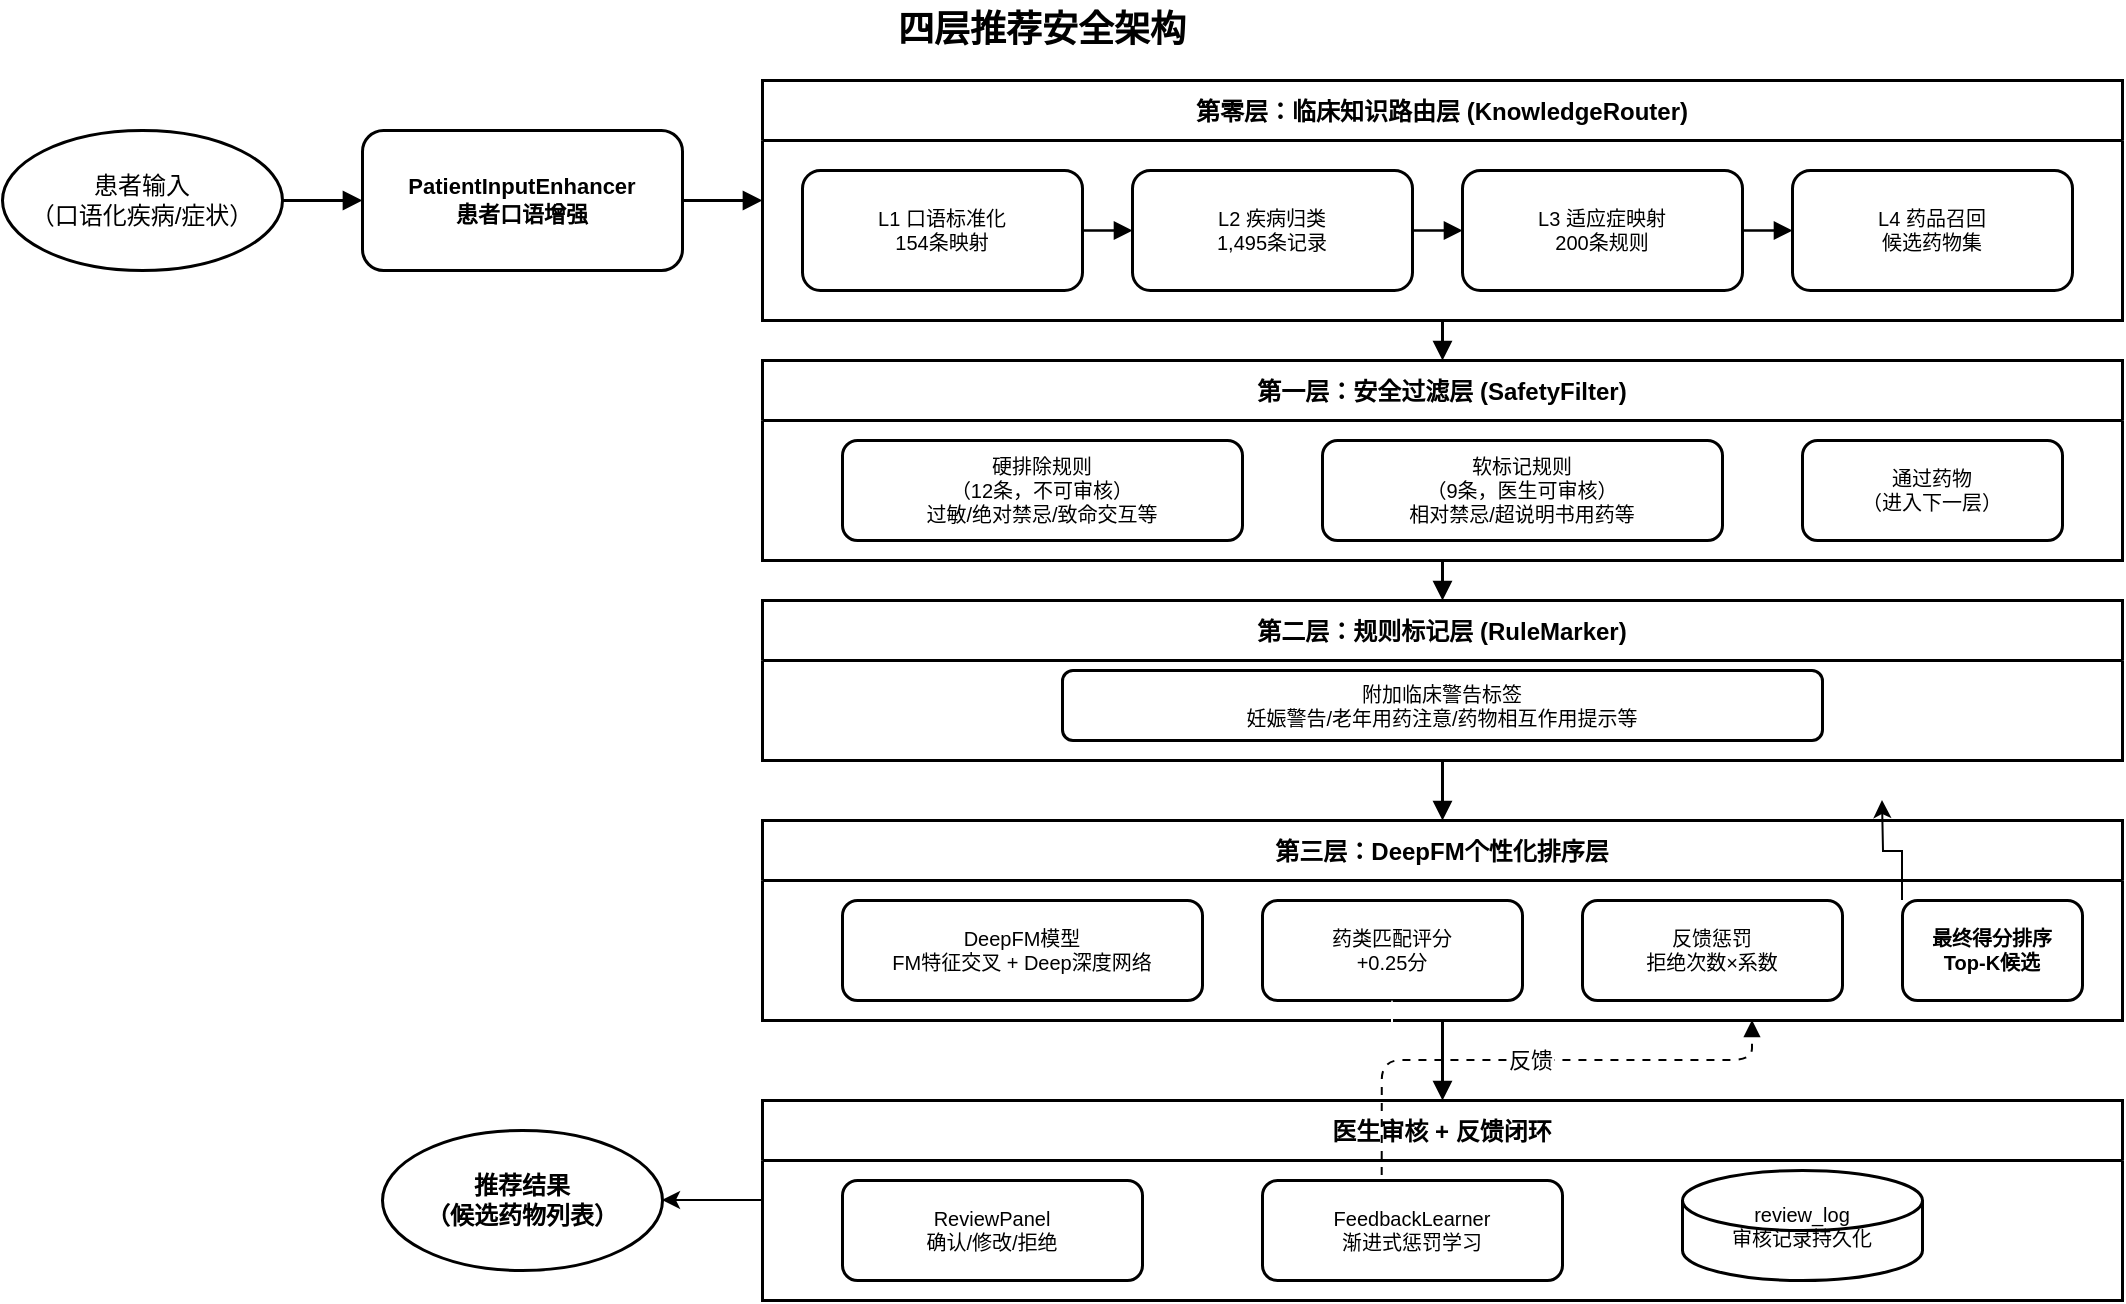
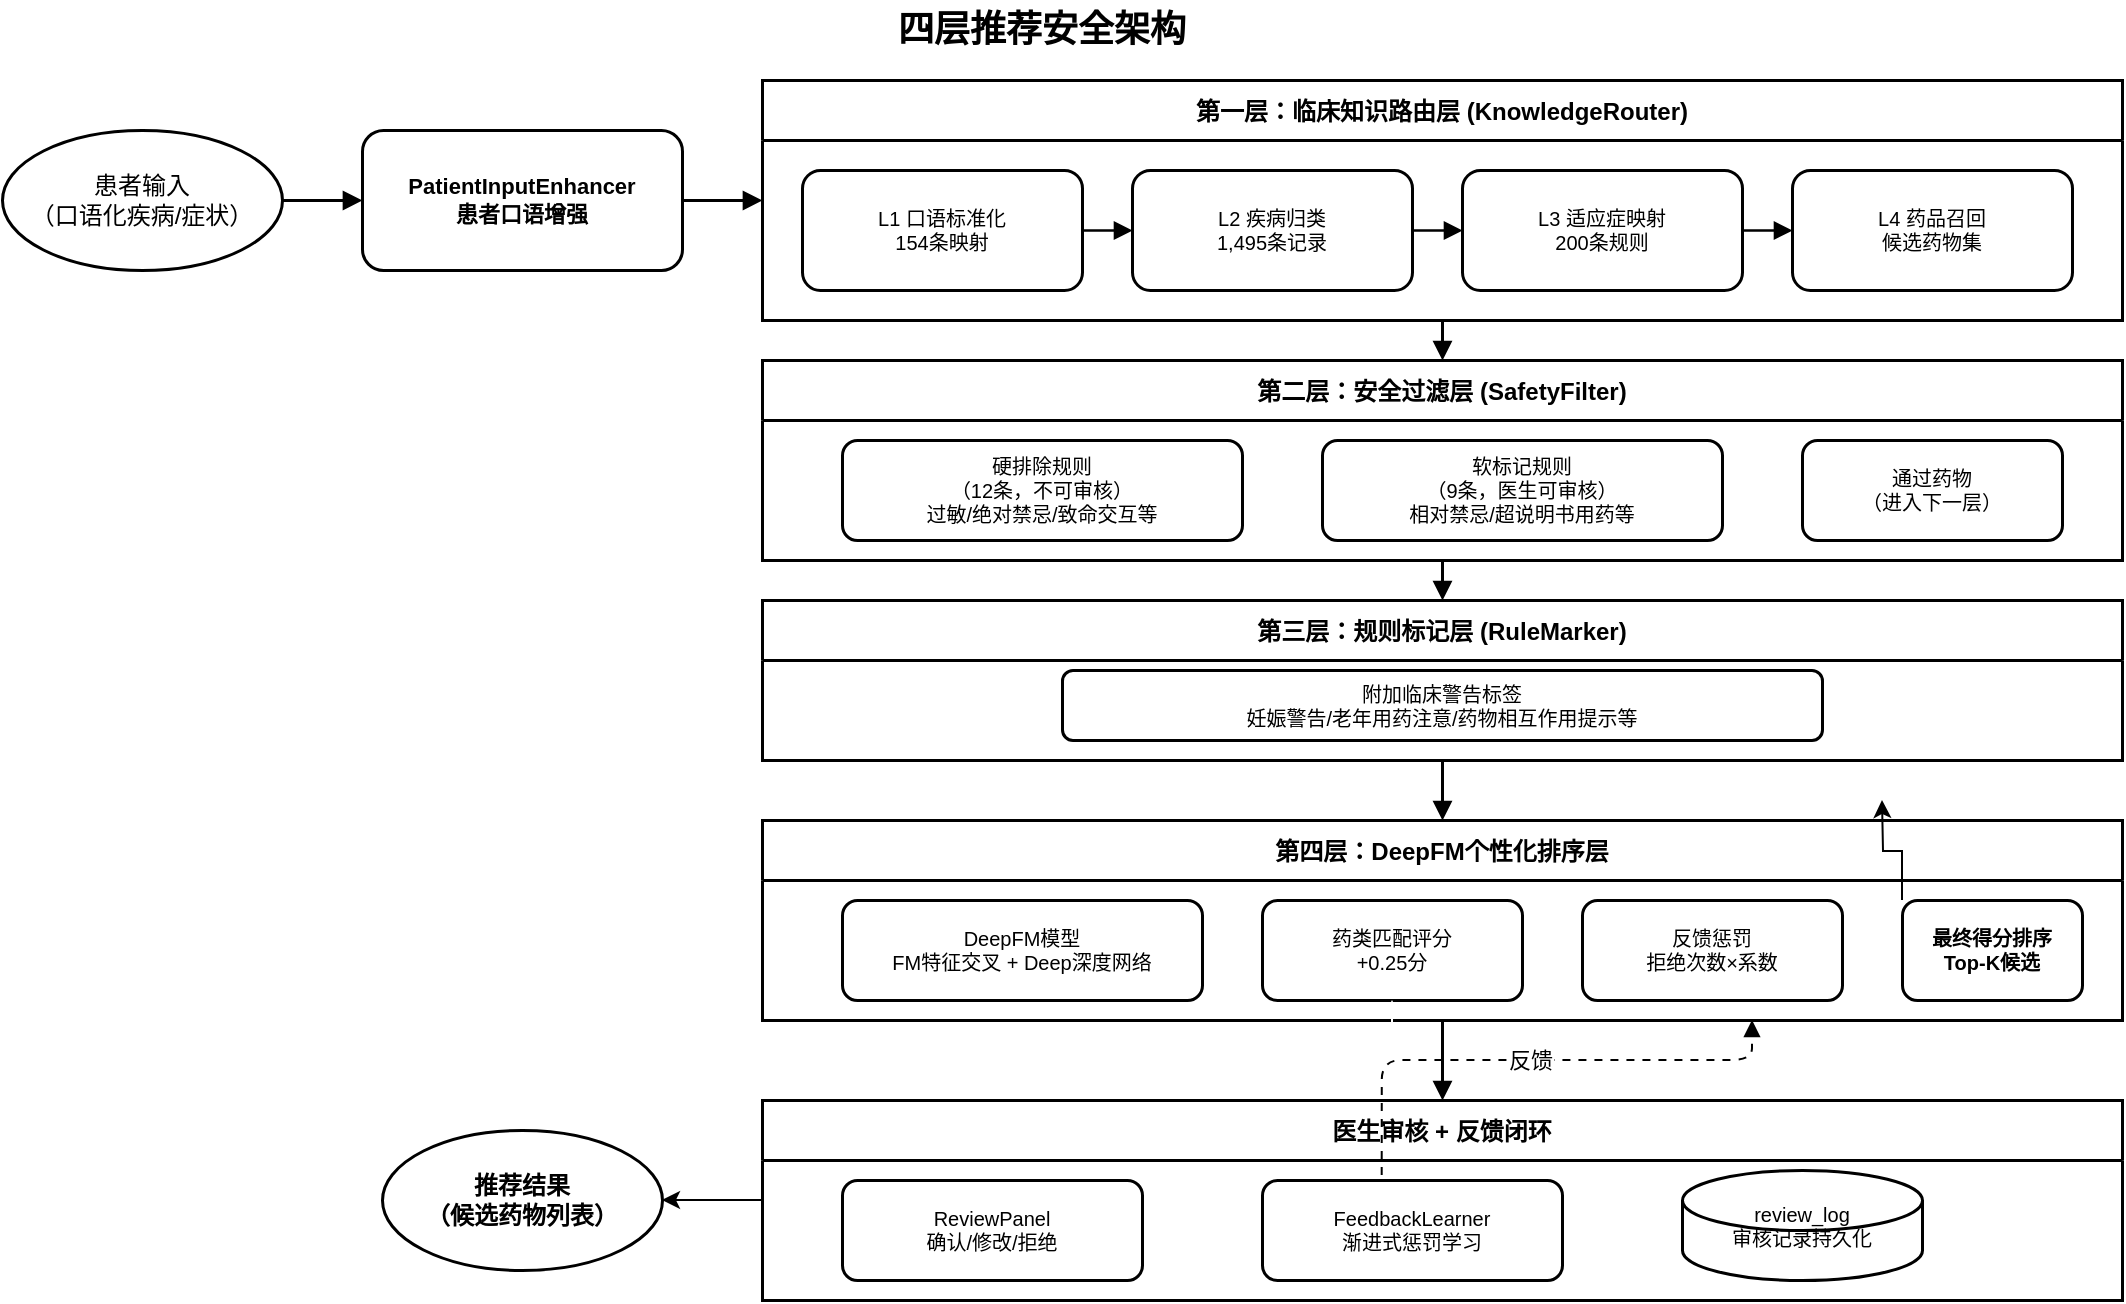
<mxfile host="Electron">
  <diagram name="四层推荐架构图" id="four-layer-architecture">
    <mxGraphModel dx="1229" dy="782" grid="1" gridSize="10" guides="1" tooltips="1" connect="1" arrows="1" fold="1" page="1" pageScale="1" pageWidth="1200" pageHeight="900" background="#ffffff" math="0" shadow="0">
      <root>
        <mxCell id="0" />
        <mxCell id="1" parent="0" />
        <mxCell id="title" parent="1" style="text;html=1;strokeColor=none;fillColor=none;align=center;verticalAlign=middle;whiteSpace=wrap;rounded=0;fontSize=18;fontStyle=1;fontColor=#000000;" value="四层推荐安全架构" vertex="1">
          <mxGeometry height="30" width="300" x="450" y="20" as="geometry" />
        </mxCell>
        <mxCell id="input" parent="1" style="ellipse;whiteSpace=wrap;html=1;fillColor=#ffffff;strokeColor=#000000;strokeWidth=1.5;fontColor=#000000;fontSize=12;" value="患者输入&#xa;（口语化疾病/症状）" vertex="1">
          <mxGeometry height="70" width="140" x="80" y="85" as="geometry" />
        </mxCell>
        <mxCell id="enhancer" parent="1" style="rounded=1;whiteSpace=wrap;html=1;fillColor=#ffffff;strokeColor=#000000;strokeWidth=1.5;fontSize=11;fontStyle=1;fontColor=#000000;" value="PatientInputEnhancer&#xa;患者口语增强" vertex="1">
          <mxGeometry height="70" width="160" x="260" y="85" as="geometry" />
        </mxCell>
        <mxCell id="arrow1" edge="1" parent="1" source="input" style="edgeStyle=orthogonalEdgeStyle;rounded=1;orthogonalLoop=1;jettySize=auto;html=1;strokeWidth=1.5;strokeColor=#000000;endArrow=block;endFill=1;" target="enhancer">
          <mxGeometry relative="1" as="geometry" />
        </mxCell>
-         <mxCell id="layer0_container" parent="1" style="swimlane;startSize=30;fillColor=#ffffff;strokeColor=#000000;strokeWidth=1.5;fontStyle=1;fontSize=12;swimlaneFillColor=#ffffff;fontColor=#000000;" value="第零层：临床知识路由层 (KnowledgeRouter)" vertex="1">
+         <mxCell id="layer0_container" parent="1" style="swimlane;startSize=30;fillColor=#ffffff;strokeColor=#000000;strokeWidth=1.5;fontStyle=1;fontSize=12;swimlaneFillColor=#ffffff;fontColor=#000000;" value="第一层：临床知识路由层 (KnowledgeRouter)" vertex="1">
          <mxGeometry height="120" width="680" x="460" y="60" as="geometry" />
        </mxCell>
        <mxCell id="l1" parent="layer0_container" style="rounded=1;whiteSpace=wrap;html=1;fillColor=#ffffff;strokeColor=#000000;strokeWidth=1.5;fontSize=10;fontColor=#000000;" value="L1 口语标准化&#xa;154条映射" vertex="1">
          <mxGeometry height="60" width="140" x="20" y="45" as="geometry" />
        </mxCell>
        <mxCell id="l2" parent="layer0_container" style="rounded=1;whiteSpace=wrap;html=1;fillColor=#ffffff;strokeColor=#000000;strokeWidth=1.5;fontSize=10;fontColor=#000000;" value="L2 疾病归类&#xa;1,495条记录" vertex="1">
          <mxGeometry height="60" width="140" x="185" y="45" as="geometry" />
        </mxCell>
        <mxCell id="l3" parent="layer0_container" style="rounded=1;whiteSpace=wrap;html=1;fillColor=#ffffff;strokeColor=#000000;strokeWidth=1.5;fontSize=10;fontColor=#000000;" value="L3 适应症映射&#xa;200条规则" vertex="1">
          <mxGeometry height="60" width="140" x="350" y="45" as="geometry" />
        </mxCell>
        <mxCell id="l4" parent="layer0_container" style="rounded=1;whiteSpace=wrap;html=1;fillColor=#ffffff;strokeColor=#000000;strokeWidth=1.5;fontSize=10;fontColor=#000000;" value="L4 药品召回&#xa;候选药物集" vertex="1">
          <mxGeometry height="60" width="140" x="515" y="45" as="geometry" />
        </mxCell>
        <mxCell id="arrow_l1_l2" edge="1" parent="layer0_container" source="l1" style="edgeStyle=orthogonalEdgeStyle;rounded=0;orthogonalLoop=1;jettySize=auto;html=1;strokeWidth=1.3;strokeColor=#000000;endArrow=block;endFill=1;" target="l2">
          <mxGeometry relative="1" as="geometry" />
        </mxCell>
        <mxCell id="arrow_l2_l3" edge="1" parent="layer0_container" source="l2" style="edgeStyle=orthogonalEdgeStyle;rounded=0;orthogonalLoop=1;jettySize=auto;html=1;strokeWidth=1.3;strokeColor=#000000;endArrow=block;endFill=1;" target="l3">
          <mxGeometry relative="1" as="geometry" />
        </mxCell>
        <mxCell id="arrow_l3_l4" edge="1" parent="layer0_container" source="l3" style="edgeStyle=orthogonalEdgeStyle;rounded=0;orthogonalLoop=1;jettySize=auto;html=1;strokeWidth=1.3;strokeColor=#000000;endArrow=block;endFill=1;" target="l4">
          <mxGeometry relative="1" as="geometry" />
        </mxCell>
-         <mxCell id="layer1_container" parent="1" style="swimlane;startSize=30;fillColor=#ffffff;strokeColor=#000000;strokeWidth=1.5;fontStyle=1;fontSize=12;swimlaneFillColor=#ffffff;fontColor=#000000;" value="第一层：安全过滤层 (SafetyFilter)" vertex="1">
+         <mxCell id="layer1_container" parent="1" style="swimlane;startSize=30;fillColor=#ffffff;strokeColor=#000000;strokeWidth=1.5;fontStyle=1;fontSize=12;swimlaneFillColor=#ffffff;fontColor=#000000;" value="第二层：安全过滤层 (SafetyFilter)" vertex="1">
          <mxGeometry height="100" width="680" x="460" y="200" as="geometry" />
        </mxCell>
        <mxCell id="hard_rules" parent="layer1_container" style="rounded=1;whiteSpace=wrap;html=1;fillColor=#ffffff;strokeColor=#000000;strokeWidth=1.5;fontSize=10;fontColor=#000000;" value="硬排除规则&#xa;（12条，不可审核）&#xa;过敏/绝对禁忌/致命交互等" vertex="1">
          <mxGeometry height="50" width="200" x="40" y="40" as="geometry" />
        </mxCell>
        <mxCell id="soft_rules" parent="layer1_container" style="rounded=1;whiteSpace=wrap;html=1;fillColor=#ffffff;strokeColor=#000000;strokeWidth=1.5;fontSize=10;fontColor=#000000;" value="软标记规则&#xa;（9条，医生可审核）&#xa;相对禁忌/超说明书用药等" vertex="1">
          <mxGeometry height="50" width="200" x="280" y="40" as="geometry" />
        </mxCell>
        <mxCell id="pass_safe" parent="layer1_container" style="rounded=1;whiteSpace=wrap;html=1;fillColor=#ffffff;strokeColor=#000000;strokeWidth=1.5;fontSize=10;fontColor=#000000;" value="通过药物&#xa;（进入下一层）" vertex="1">
          <mxGeometry height="50" width="130" x="520" y="40" as="geometry" />
        </mxCell>
-         <mxCell id="layer2_container" parent="1" style="swimlane;startSize=30;fillColor=#ffffff;strokeColor=#000000;strokeWidth=1.5;fontStyle=1;fontSize=12;swimlaneFillColor=#ffffff;fontColor=#000000;" value="第二层：规则标记层 (RuleMarker)" vertex="1">
+         <mxCell id="layer2_container" parent="1" style="swimlane;startSize=30;fillColor=#ffffff;strokeColor=#000000;strokeWidth=1.5;fontStyle=1;fontSize=12;swimlaneFillColor=#ffffff;fontColor=#000000;" value="第三层：规则标记层 (RuleMarker)" vertex="1">
          <mxGeometry height="80" width="680" x="460" y="320" as="geometry" />
        </mxCell>
        <mxCell id="rule_marker" parent="layer2_container" style="rounded=1;whiteSpace=wrap;html=1;fillColor=#ffffff;strokeColor=#000000;strokeWidth=1.5;fontSize=10;fontColor=#000000;" value="附加临床警告标签&#xa;妊娠警告/老年用药注意/药物相互作用提示等" vertex="1">
          <mxGeometry height="35" width="380" x="150" y="35" as="geometry" />
        </mxCell>
-         <mxCell id="layer3_container" parent="1" style="swimlane;startSize=30;fillColor=#ffffff;strokeColor=#000000;strokeWidth=1.5;fontStyle=1;fontSize=12;swimlaneFillColor=#ffffff;fontColor=#000000;" value="第三层：DeepFM个性化排序层" vertex="1">
+         <mxCell id="layer3_container" parent="1" style="swimlane;startSize=30;fillColor=#ffffff;strokeColor=#000000;strokeWidth=1.5;fontStyle=1;fontSize=12;swimlaneFillColor=#ffffff;fontColor=#000000;" value="第四层：DeepFM个性化排序层" vertex="1">
          <mxGeometry height="100" width="680" x="460" y="430" as="geometry" />
        </mxCell>
        <mxCell id="deepfm" parent="layer3_container" style="rounded=1;whiteSpace=wrap;html=1;fillColor=#ffffff;strokeColor=#000000;strokeWidth=1.5;fontSize=10;fontColor=#000000;" value="DeepFM模型&#xa;FM特征交叉 + Deep深度网络" vertex="1">
          <mxGeometry height="50" width="180" x="40" y="40" as="geometry" />
        </mxCell>
        <mxCell id="drug_score" parent="layer3_container" style="rounded=1;whiteSpace=wrap;html=1;fillColor=#ffffff;strokeColor=#000000;strokeWidth=1.5;fontSize=10;fontColor=#000000;" value="药类匹配评分&#xa;+0.25分" vertex="1">
          <mxGeometry height="50" width="130" x="250" y="40" as="geometry" />
        </mxCell>
        <mxCell id="feedback_penalty" parent="layer3_container" style="rounded=1;whiteSpace=wrap;html=1;fillColor=#ffffff;strokeColor=#000000;strokeWidth=1.5;fontSize=10;fontColor=#000000;" value="反馈惩罚&#xa;拒绝次数×系数" vertex="1">
          <mxGeometry height="50" width="130" x="410" y="40" as="geometry" />
        </mxCell>
        <mxCell id="jb0G1cWYH5b6RzK0367T-3" edge="1" parent="layer3_container" source="final_score" style="edgeStyle=orthogonalEdgeStyle;rounded=0;orthogonalLoop=1;jettySize=auto;html=1;exitX=0;exitY=0;exitDx=0;exitDy=0;">
          <mxGeometry relative="1" as="geometry">
            <mxPoint x="560" y="-10" as="targetPoint" />
          </mxGeometry>
        </mxCell>
        <mxCell id="final_score" parent="layer3_container" style="rounded=1;whiteSpace=wrap;html=1;fillColor=#ffffff;strokeColor=#000000;strokeWidth=1.5;fontSize=10;fontStyle=1;fontColor=#000000;" value="最终得分排序&#xa;Top-K候选" vertex="1">
          <mxGeometry height="50" width="90" x="570" y="40" as="geometry" />
        </mxCell>
        <mxCell id="jb0G1cWYH5b6RzK0367T-1" edge="1" parent="1" source="review_container" style="edgeStyle=orthogonalEdgeStyle;rounded=0;orthogonalLoop=1;jettySize=auto;html=1;entryX=1;entryY=0.5;entryDx=0;entryDy=0;strokeColor=#000000;" target="output">
          <mxGeometry relative="1" as="geometry" />
        </mxCell>
        <mxCell id="jb0G1cWYH5b6RzK0367T-2" edge="1" parent="1" source="review_container" style="edgeStyle=orthogonalEdgeStyle;rounded=0;orthogonalLoop=1;jettySize=auto;html=1;strokeColor=#FFFFFF;" target="drug_score" value="">
          <mxGeometry relative="1" as="geometry" />
        </mxCell>
        <mxCell id="review_container" parent="1" style="swimlane;startSize=30;fillColor=#ffffff;strokeColor=#000000;strokeWidth=1.5;fontStyle=1;fontSize=12;swimlaneFillColor=#ffffff;fontColor=#000000;" value="医生审核 + 反馈闭环" vertex="1">
          <mxGeometry height="100" width="680" x="460" y="570" as="geometry">
            <mxRectangle height="30" width="150" x="460" y="570" as="alternateBounds" />
          </mxGeometry>
        </mxCell>
        <mxCell id="review_panel" parent="review_container" style="rounded=1;whiteSpace=wrap;html=1;fillColor=#ffffff;strokeColor=#000000;strokeWidth=1.5;fontSize=10;fontColor=#000000;" value="ReviewPanel&#xa;确认/修改/拒绝" vertex="1">
          <mxGeometry height="50" width="150" x="40" y="40" as="geometry" />
        </mxCell>
        <mxCell id="feedback_learner" parent="review_container" style="rounded=1;whiteSpace=wrap;html=1;fillColor=#ffffff;strokeColor=#000000;strokeWidth=1.5;fontSize=10;fontColor=#000000;" value="FeedbackLearner&#xa;渐进式惩罚学习" vertex="1">
          <mxGeometry height="50" width="150" x="250" y="40" as="geometry" />
        </mxCell>
        <mxCell id="review_log" parent="review_container" style="shape=cylinder3;whiteSpace=wrap;html=1;fillColor=#ffffff;strokeColor=#000000;strokeWidth=1.5;fontSize=10;fontColor=#000000;" value="review_log&#xa;审核记录持久化" vertex="1">
          <mxGeometry height="55" width="120" x="460" y="35" as="geometry" />
        </mxCell>
        <mxCell id="output" parent="1" style="ellipse;whiteSpace=wrap;html=1;fillColor=#ffffff;strokeColor=#000000;strokeWidth=1.5;fontSize=12;fontStyle=1;fontColor=#000000;" value="推荐结果&#xa;（候选药物列表）" vertex="1">
          <mxGeometry height="70" width="140" x="270" y="585" as="geometry" />
        </mxCell>
        <mxCell id="arrow_enhancer_layer0" edge="1" parent="1" source="enhancer" style="edgeStyle=orthogonalEdgeStyle;rounded=1;orthogonalLoop=1;jettySize=auto;html=1;strokeWidth=1.5;strokeColor=#000000;endArrow=block;endFill=1;exitX=1;exitY=0.5;entryX=0;entryY=0.5;" target="layer0_container">
          <mxGeometry relative="1" as="geometry" />
        </mxCell>
        <mxCell id="arrow_layer0_layer1" edge="1" parent="1" source="layer0_container" style="edgeStyle=orthogonalEdgeStyle;rounded=1;orthogonalLoop=1;jettySize=auto;html=1;strokeWidth=1.5;strokeColor=#000000;endArrow=block;endFill=1;" target="layer1_container">
          <mxGeometry relative="1" as="geometry" />
        </mxCell>
        <mxCell id="arrow_layer1_layer2" edge="1" parent="1" source="layer1_container" style="edgeStyle=orthogonalEdgeStyle;rounded=1;orthogonalLoop=1;jettySize=auto;html=1;strokeWidth=1.5;strokeColor=#000000;endArrow=block;endFill=1;" target="layer2_container">
          <mxGeometry relative="1" as="geometry" />
        </mxCell>
        <mxCell id="arrow_layer2_layer3" edge="1" parent="1" source="layer2_container" style="edgeStyle=orthogonalEdgeStyle;rounded=1;orthogonalLoop=1;jettySize=auto;html=1;strokeWidth=1.5;strokeColor=#000000;endArrow=block;endFill=1;" target="layer3_container">
          <mxGeometry relative="1" as="geometry" />
        </mxCell>
        <mxCell id="arrow_layer3_review" edge="1" parent="1" source="layer3_container" style="edgeStyle=orthogonalEdgeStyle;rounded=1;orthogonalLoop=1;jettySize=auto;html=1;strokeWidth=1.5;strokeColor=#000000;endArrow=block;endFill=1;" target="review_container">
          <mxGeometry relative="1" as="geometry" />
        </mxCell>
        <mxCell id="arrow_feedback" edge="1" parent="1" source="feedback_learner" style="edgeStyle=orthogonalEdgeStyle;rounded=1;orthogonalLoop=1;jettySize=auto;html=1;strokeWidth=1;strokeColor=#000000;endArrow=block;endFill=1;dashed=1;dashPattern=4 4;entryX=0.75;entryY=1;exitX=0.399;exitY=-0.049;exitDx=0;exitDy=0;exitPerimeter=0;" value="反馈">
          <mxGeometry relative="1" x="0.0027" as="geometry">
            <mxPoint as="offset" />
            <Array as="points">
              <mxPoint x="770" y="550" />
              <mxPoint x="955" y="550" />
            </Array>
            <mxPoint x="770" y="600" as="sourcePoint" />
            <mxPoint x="955" y="530" as="targetPoint" />
          </mxGeometry>
        </mxCell>
      </root>
    </mxGraphModel>
  </diagram>
</mxfile>
